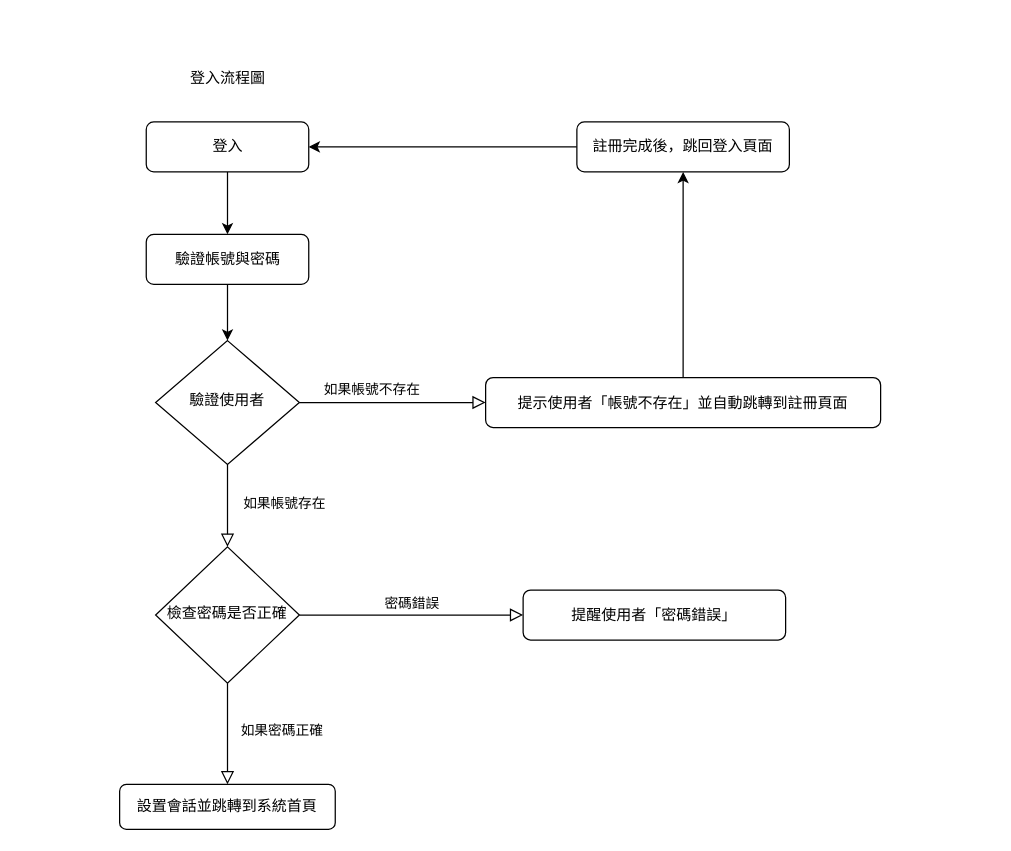
Before: 系統流程圖(登入流程圖).drawio in hak99101314/Maintenance-inquiry-system, a draw.io diagram. Source tidied: cells renumbered, new cells numbered last; positions are measured from the earlier drawing's top-left corner, leaving out a move shared by most shapes. Both pictures are drawn from the tidied source at 125%, with x=0, y=0 at pixel (119, 59).
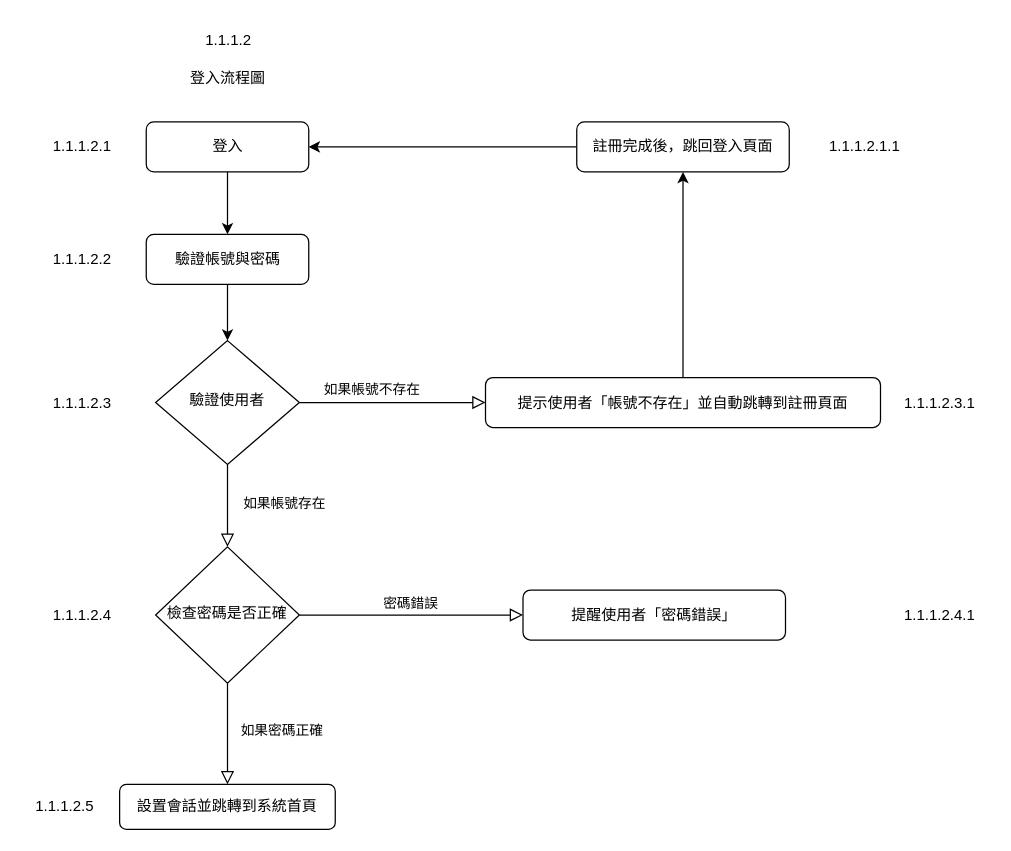
The same diagram, later.

Commit message:
更新系統流程圖(登入流程圖).drawio

The edit, as a diff of the source:
```diff
@@
     <mxCell id="8" value="提示使用者「帳號不存在」並自動跳轉到註冊頁面" style="rounded=1;whiteSpace=wrap;html=1;fontSize=12;glass=0;strokeWidth=1;shadow=0;" parent="1" vertex="1">
-      <mxGeometry x="293" y="254.5" width="316" height="40" as="geometry" />
+      <mxGeometry x="292.9" y="254.5" width="316" height="40" as="geometry" />
     </mxCell>
@@
     <mxCell id="13" value="提醒使用者「密碼錯誤」" style="rounded=1;whiteSpace=wrap;html=1;fontSize=12;glass=0;strokeWidth=1;shadow=0;" parent="1" vertex="1">
-      <mxGeometry x="323" y="424.5" width="210" height="40" as="geometry" />
+      <mxGeometry x="322.9" y="424.5" width="210" height="40" as="geometry" />
     </mxCell>
@@
     <mxCell id="18" value="註冊完成後，跳回登入頁面" style="rounded=1;whiteSpace=wrap;html=1;fontSize=12;glass=0;strokeWidth=1;shadow=0;" parent="1" vertex="1">
-      <mxGeometry x="366" y="50" width="170" height="40" as="geometry" />
+      <mxGeometry x="365.9" y="50" width="170" height="40" as="geometry" />
     </mxCell>
+    <mxCell id="19" value="1.1.1.2" style="text;html=1;align=center;verticalAlign=middle;strokeColor=none;fillColor=none;" parent="1" vertex="1">
+      <mxGeometry x="56.5" y="-30" width="60" height="30" as="geometry" />
+    </mxCell>
+    <mxCell id="20" value="1.1.1.2.1" style="text;html=1;align=center;verticalAlign=middle;strokeColor=none;fillColor=none;" parent="1" vertex="1">
+      <mxGeometry x="-64.8" y="55" width="70" height="30" as="geometry" />
+    </mxCell>
+    <mxCell id="21" value="1.1.1.2.2" style="text;html=1;align=center;verticalAlign=middle;strokeColor=none;fillColor=none;" parent="1" vertex="1">
+      <mxGeometry x="-64.8" y="145" width="70" height="30" as="geometry" />
+    </mxCell>
+    <mxCell id="22" value="1.1.1.2.1.1" style="text;html=1;align=center;verticalAlign=middle;strokeColor=none;fillColor=none;" parent="1" vertex="1">
+      <mxGeometry x="556.2" y="55" width="80" height="30" as="geometry" />
+    </mxCell>
+    <mxCell id="23" value="1.1.1.2.3" style="text;html=1;align=center;verticalAlign=middle;strokeColor=none;fillColor=none;" parent="1" vertex="1">
+      <mxGeometry x="-64.8" y="259.5" width="70" height="30" as="geometry" />
+    </mxCell>
+    <mxCell id="24" value="1.1.1.2.3.1" style="text;html=1;align=center;verticalAlign=middle;strokeColor=none;fillColor=none;" parent="1" vertex="1">
+      <mxGeometry x="616.2" y="259.5" width="80" height="30" as="geometry" />
+    </mxCell>
+    <mxCell id="25" value="1.1.1.2.4" style="text;html=1;align=center;verticalAlign=middle;strokeColor=none;fillColor=none;" parent="1" vertex="1">
+      <mxGeometry x="-64.8" y="429.5" width="70" height="30" as="geometry" />
+    </mxCell>
+    <mxCell id="26" value="1.1.1.2.4.1" style="text;html=1;align=center;verticalAlign=middle;strokeColor=none;fillColor=none;" parent="1" vertex="1">
+      <mxGeometry x="616.2" y="429.5" width="80" height="30" as="geometry" />
+    </mxCell>
+    <mxCell id="27" value="1.1.1.2.5" style="text;html=1;align=center;verticalAlign=middle;strokeColor=none;fillColor=none;" parent="1" vertex="1">
+      <mxGeometry x="-78.8" y="583" width="70" height="30" as="geometry" />
+    </mxCell>
```
